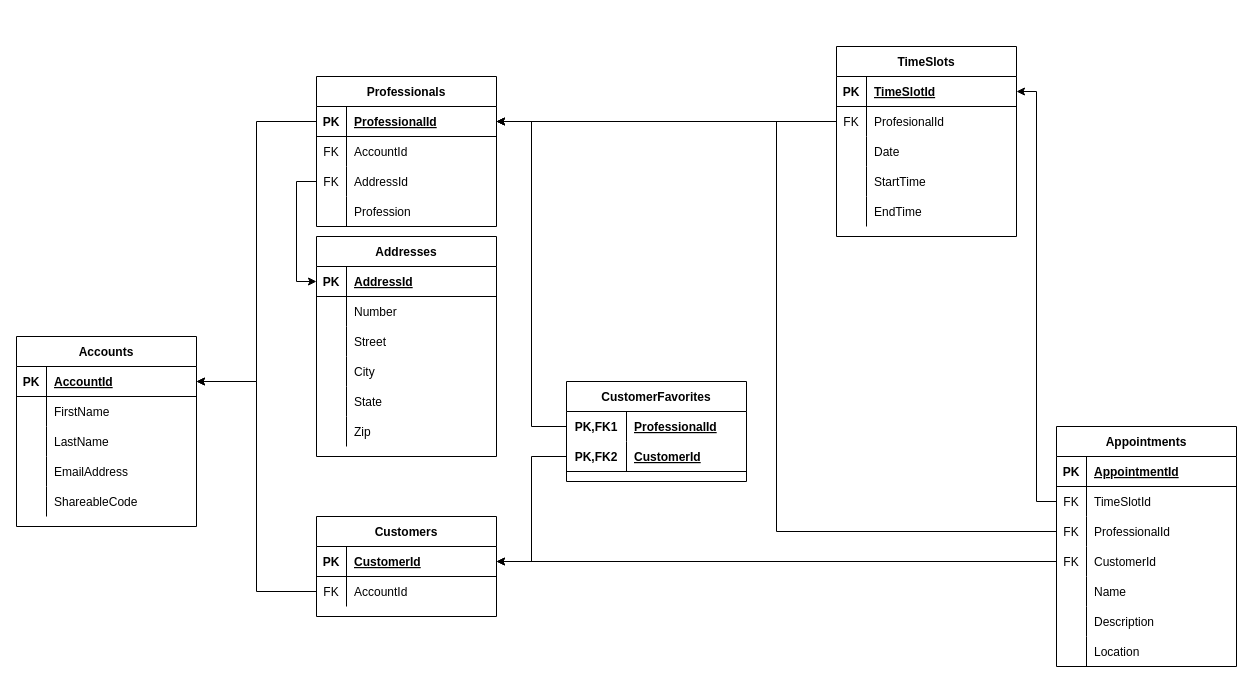
Above: Database.drawio in jeremiahbrandt/Appointment-Scheduler-UML (draw.io), before the change. Source tidied: cells renumbered, new cells numbered last; positions are measured from the earlier drawing's top-left corner, leaving out a move shared by most shapes. Both pictures are drawn from the tidied source at 100%, with x=0, y=0 at pixel (16, 46).
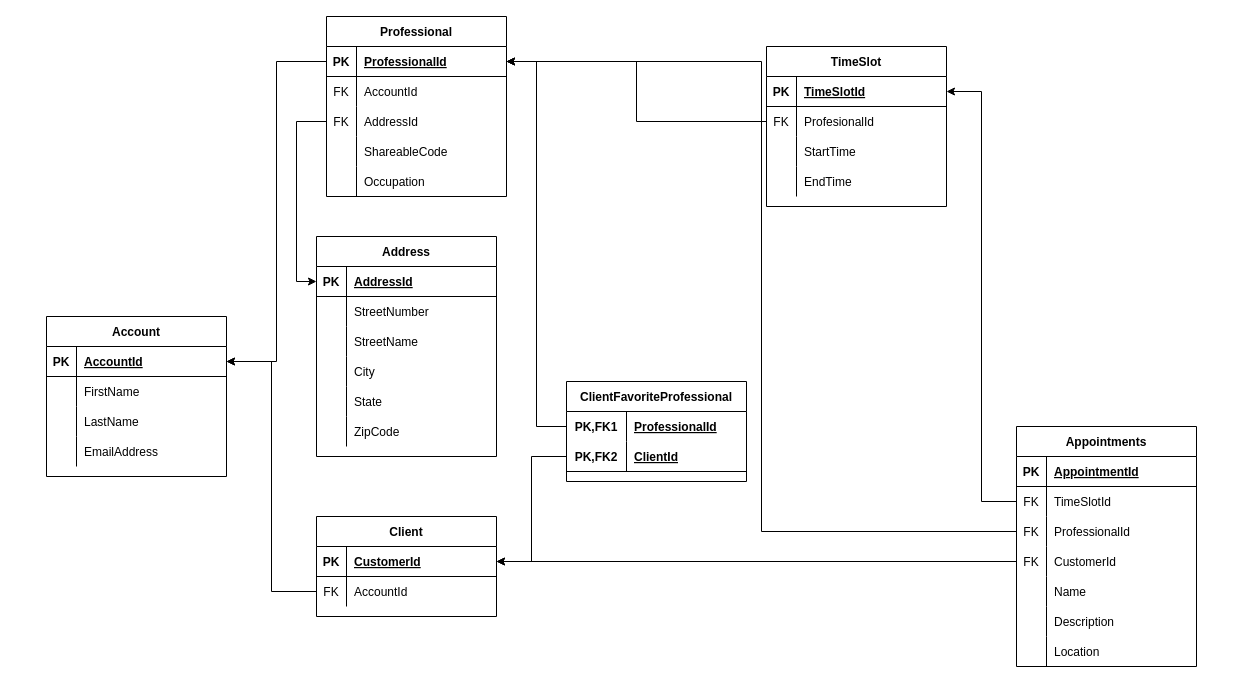
The same page after the edit.

Unchanged cells that the change refers to:
```xml
<mxCell id="86" style="shape=partialRectangle;fillColor=none;top=0;left=0;bottom=0;right=0;" parent="82" vertex="1">
  <mxGeometry y="60" width="180" height="30" as="geometry" />
</mxCell>
<mxCell id="89" style="shape=partialRectangle;fillColor=none;top=0;left=0;bottom=0;right=0;" parent="82" vertex="1">
  <mxGeometry y="90" width="180" height="30" as="geometry" />
</mxCell>
<mxCell id="98" style="shape=partialRectangle;fillColor=none;top=0;left=0;bottom=0;right=0;" parent="82" vertex="1">
  <mxGeometry y="180" width="180" height="30" as="geometry" />
</mxCell>
<mxCell id="106" style="shape=partialRectangle;fillColor=none;top=0;left=0;bottom=1;right=0;points=[[0,0.5],[1,0.5]];portConstraint=eastwest;" parent="102" vertex="1">
  <mxGeometry y="60" width="180" height="30" as="geometry" />
</mxCell>
```

Diff of the diagram source:
```diff
@@
     <mxCell id="2" value="Appointments" style="shape=table;startSize=30;childLayout=tableLayout;rowLines=0;fontStyle=1;align=center;" parent="1" vertex="1">
-      <mxGeometry x="1040" y="380" width="180" height="240" as="geometry" />
+      <mxGeometry x="1000" y="380" width="180" height="240" as="geometry" />
     </mxCell>
@@
-    <mxCell id="24" value="Accounts" style="shape=table;startSize=30;childLayout=tableLayout;rowLines=0;fontStyle=1;align=center;" parent="1" vertex="1">
-      <mxGeometry y="290" width="180" height="190" as="geometry" />
+    <mxCell id="24" value="Account" style="shape=table;startSize=30;childLayout=tableLayout;rowLines=0;fontStyle=1;align=center;" parent="1" vertex="1">
+      <mxGeometry x="30" y="270" width="180" height="160" as="geometry" />
     </mxCell>
@@
-    <mxCell id="37" style="shape=partialRectangle;fillColor=none;top=0;left=0;bottom=0;right=0;" parent="24" vertex="1">
-      <mxGeometry y="150" width="180" height="30" as="geometry" />
-    </mxCell>
-    <mxCell id="38" style="shape=partialRectangle;fillColor=none;top=0;left=0;bottom=0;right=0;overflow=hidden;" parent="37" vertex="1">
-      <mxGeometry width="30" height="30" as="geometry" />
-    </mxCell>
-    <mxCell id="39" value="ShareableCode" style="shape=partialRectangle;fillColor=none;top=0;left=0;bottom=0;right=0;align=left;spacingLeft=6;overflow=hidden;" parent="37" vertex="1">
-      <mxGeometry x="30" width="150" height="30" as="geometry" />
-    </mxCell>
@@
-    <mxCell id="41" value="Customers" style="shape=table;startSize=30;childLayout=tableLayout;rowLines=0;fontStyle=1;align=center;" parent="1" vertex="1">
+    <mxCell id="41" value="Client" style="shape=table;startSize=30;childLayout=tableLayout;rowLines=0;fontStyle=1;align=center;" parent="1" vertex="1">
       <mxGeometry x="300" y="470" width="180" height="100" as="geometry" />
     </mxCell>
@@
-    <mxCell id="49" value="Professionals" style="shape=table;startSize=30;childLayout=tableLayout;rowLines=0;fontStyle=1;align=center;" parent="1" vertex="1">
-      <mxGeometry x="300" y="30" width="180" height="150" as="geometry" />
+    <mxCell id="49" value="Professional" style="shape=table;startSize=30;childLayout=tableLayout;rowLines=0;fontStyle=1;align=center;" parent="1" vertex="1">
+      <mxGeometry x="310" y="-30" width="180" height="180" as="geometry" />
     </mxCell>
@@
+    <mxCell id="37" style="shape=partialRectangle;fillColor=none;top=0;left=0;bottom=0;right=0;" parent="49" vertex="1">
+      <mxGeometry y="120" width="180" height="30" as="geometry" />
+    </mxCell>
+    <mxCell id="38" style="shape=partialRectangle;fillColor=none;top=0;left=0;bottom=0;right=0;overflow=hidden;" parent="37" vertex="1">
+      <mxGeometry width="30" height="30" as="geometry" />
+    </mxCell>
+    <mxCell id="39" value="ShareableCode" style="shape=partialRectangle;fillColor=none;top=0;left=0;bottom=0;right=0;align=left;spacingLeft=6;overflow=hidden;" parent="37" vertex="1">
+      <mxGeometry x="30" width="150" height="30" as="geometry" />
+    </mxCell>
     <mxCell id="59" style="shape=partialRectangle;fillColor=none;top=0;left=0;bottom=0;right=0;" parent="49" vertex="1">
-      <mxGeometry y="120" width="180" height="30" as="geometry" />
+      <mxGeometry y="150" width="180" height="30" as="geometry" />
     </mxCell>
@@
-    <mxCell id="61" value="Profession" style="shape=partialRectangle;fillColor=none;top=0;left=0;bottom=0;right=0;align=left;spacingLeft=6;overflow=hidden;" parent="59" vertex="1">
+    <mxCell id="61" value="Occupation" style="shape=partialRectangle;fillColor=none;top=0;left=0;bottom=0;right=0;align=left;spacingLeft=6;overflow=hidden;" parent="59" vertex="1">
       <mxGeometry x="30" width="150" height="30" as="geometry" />
     </mxCell>
@@
-    <mxCell id="64" value="TimeSlots" style="shape=table;startSize=30;childLayout=tableLayout;rowLines=0;fontStyle=1;align=center;" parent="1" vertex="1">
-      <mxGeometry x="820" width="180" height="190" as="geometry" />
+    <mxCell id="64" value="TimeSlot" style="shape=table;startSize=30;childLayout=tableLayout;rowLines=0;fontStyle=1;align=center;" parent="1" vertex="1">
+      <mxGeometry x="750" width="180" height="160" as="geometry" />
     </mxCell>
@@
-    <mxCell id="71" style="shape=partialRectangle;fillColor=none;top=0;left=0;bottom=0;right=0;" parent="64" vertex="1">
-      <mxGeometry y="90" width="180" height="30" as="geometry" />
-    </mxCell>
-    <mxCell id="72" style="shape=partialRectangle;fillColor=none;top=0;left=0;bottom=0;right=0;overflow=hidden;" parent="71" vertex="1">
-      <mxGeometry width="30" height="30" as="geometry" />
-    </mxCell>
-    <mxCell id="73" value="Date" style="shape=partialRectangle;fillColor=none;top=0;left=0;bottom=0;right=0;align=left;spacingLeft=6;overflow=hidden;" parent="71" vertex="1">
-      <mxGeometry x="30" width="150" height="30" as="geometry" />
-    </mxCell>
     <mxCell id="74" style="shape=partialRectangle;fillColor=none;top=0;left=0;bottom=0;right=0;" parent="64" vertex="1">
-      <mxGeometry y="120" width="180" height="30" as="geometry" />
+      <mxGeometry y="90" width="180" height="30" as="geometry" />
     </mxCell>
@@
     <mxCell id="77" style="shape=partialRectangle;fillColor=none;top=0;left=0;bottom=0;right=0;" parent="64" vertex="1">
-      <mxGeometry y="150" width="180" height="30" as="geometry" />
+      <mxGeometry y="120" width="180" height="30" as="geometry" />
     </mxCell>
@@
-    <mxCell id="82" value="Addresses" style="shape=table;startSize=30;childLayout=tableLayout;rowLines=0;fontStyle=1;align=center;" parent="1" vertex="1">
+    <mxCell id="82" value="Address" style="shape=table;startSize=30;childLayout=tableLayout;rowLines=0;fontStyle=1;align=center;" parent="1" vertex="1">
       <mxGeometry x="300" y="190" width="180" height="220" as="geometry" />
     </mxCell>
@@
-    <mxCell id="88" value="Number" style="shape=partialRectangle;fillColor=none;top=0;left=0;bottom=0;right=0;align=left;spacingLeft=6;overflow=hidden;" parent="86" vertex="1">
+    <mxCell id="88" value="StreetNumber" style="shape=partialRectangle;fillColor=none;top=0;left=0;bottom=0;right=0;align=left;spacingLeft=6;overflow=hidden;" parent="86" vertex="1">
       <mxGeometry x="30" width="150" height="30" as="geometry" />
     </mxCell>
@@
-    <mxCell id="91" value="Street" style="shape=partialRectangle;fillColor=none;top=0;left=0;bottom=0;right=0;align=left;spacingLeft=6;overflow=hidden;" parent="89" vertex="1">
+    <mxCell id="91" value="StreetName" style="shape=partialRectangle;fillColor=none;top=0;left=0;bottom=0;right=0;align=left;spacingLeft=6;overflow=hidden;" parent="89" vertex="1">
       <mxGeometry x="30" width="150" height="30" as="geometry" />
     </mxCell>
@@
-    <mxCell id="100" value="Zip" style="shape=partialRectangle;fillColor=none;top=0;left=0;bottom=0;right=0;align=left;spacingLeft=6;overflow=hidden;" parent="98" vertex="1">
+    <mxCell id="100" value="ZipCode" style="shape=partialRectangle;fillColor=none;top=0;left=0;bottom=0;right=0;align=left;spacingLeft=6;overflow=hidden;" parent="98" vertex="1">
       <mxGeometry x="30" width="150" height="30" as="geometry" />
     </mxCell>
@@
-    <mxCell id="102" value="CustomerFavorites" style="shape=table;startSize=30;childLayout=tableLayout;rowLines=0;fontStyle=1;align=center;" parent="1" vertex="1">
+    <mxCell id="102" value="ClientFavoriteProfessional" style="shape=table;startSize=30;childLayout=tableLayout;rowLines=0;fontStyle=1;align=center;" parent="1" vertex="1">
       <mxGeometry x="550" y="335" width="180" height="100" as="geometry" />
     </mxCell>
@@
-    <mxCell id="108" value="CustomerId" style="shape=partialRectangle;fillColor=none;top=0;left=0;bottom=0;right=0;align=left;spacingLeft=6;fontStyle=5;overflow=hidden;" parent="106" vertex="1">
+    <mxCell id="108" value="ClientId" style="shape=partialRectangle;fillColor=none;top=0;left=0;bottom=0;right=0;align=left;spacingLeft=6;fontStyle=5;overflow=hidden;" parent="106" vertex="1">
       <mxGeometry x="60" width="120" height="30" as="geometry" />
     </mxCell>
```
